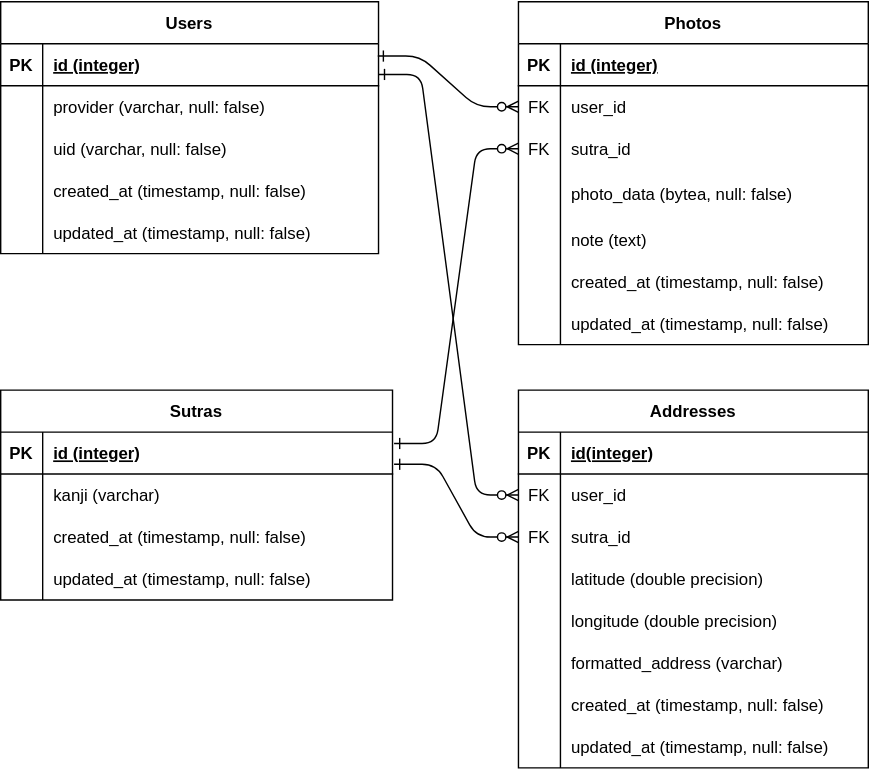
This is outdoor-heart-sutra.drawio.svg from shirotamaki/entity-relationship-diagram, a draw.io export, as it was before one commit. Source tidied: cells renumbered, new cells last; positions are measured from the earlier drawing's top-left corner, leaving out a move shared by most shapes.
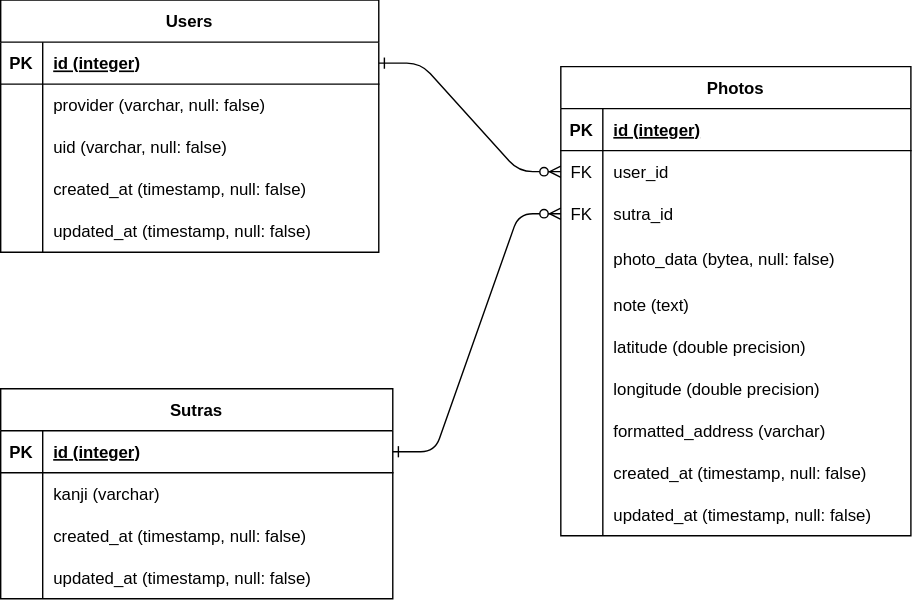
After the change.

Commit message:
outdoor-heart-sutra.drawio.svg を追加しました。

The edit, as a diff of the source:
```diff
@@ -3,7 +3,7 @@
     <mxCell id="0" />
     <mxCell id="1" parent="0" />
     <mxCell id="2" value="Photos" style="shape=table;startSize=30;rowLines=0;fontStyle=1;align=center;" parent="1" vertex="1">
-      <mxGeometry x="370" y="0.5" width="250" height="245" as="geometry" />
+      <mxGeometry x="400" y="48" width="250" height="335" as="geometry" />
     </mxCell>
     <mxCell id="3" style="shape=partialRectangle;fillColor=none;top=0;left=0;right=0;bottom=1;" parent="2" vertex="1">
       <mxGeometry y="30" width="250" height="30" as="geometry" />
@@ -56,7 +56,7 @@
     <mxCell id="19" style="shape=partialRectangle;overflow=hidden;fillColor=none;top=0;left=0;bottom=0;right=0;" parent="18" vertex="1">
       <mxGeometry width="30" height="30" as="geometry" />
     </mxCell>
-    <mxCell id="20" value="created_at (timestamp, null: false)" style="shape=partialRectangle;overflow=hidden;fillColor=none;top=0;left=0;bottom=0;right=0;align=left;spacingLeft=6;" parent="18" vertex="1">
+    <mxCell id="20" value="latitude (double precision)" style="shape=partialRectangle;overflow=hidden;fillColor=none;top=0;left=0;bottom=0;right=0;align=left;spacingLeft=6;" parent="18" vertex="1">
       <mxGeometry x="30" width="220" height="30" as="geometry" />
     </mxCell>
     <mxCell id="21" style="shape=partialRectangle;fillColor=none;top=0;left=0;right=0;bottom=0;" parent="2" vertex="1">
@@ -65,82 +65,34 @@
     <mxCell id="22" style="shape=partialRectangle;overflow=hidden;fillColor=none;top=0;left=0;bottom=0;right=0;" parent="21" vertex="1">
       <mxGeometry width="30" height="30" as="geometry" />
     </mxCell>
-    <mxCell id="23" value="updated_at (timestamp, null: false)" style="shape=partialRectangle;overflow=hidden;fillColor=none;top=0;left=0;bottom=0;right=0;align=left;spacingLeft=6;" parent="21" vertex="1">
+    <mxCell id="23" value="longitude (double precision)" style="shape=partialRectangle;overflow=hidden;fillColor=none;top=0;left=0;bottom=0;right=0;align=left;spacingLeft=6;" parent="21" vertex="1">
       <mxGeometry x="30" width="220" height="30" as="geometry" />
     </mxCell>
-    <mxCell id="24" value="Addresses" style="shape=table;startSize=30;rowLines=0;fontStyle=1;align=center;" parent="1" vertex="1">
-      <mxGeometry x="370" y="278" width="250" height="270" as="geometry" />
-    </mxCell>
-    <mxCell id="25" style="shape=partialRectangle;fillColor=none;top=0;left=0;right=0;bottom=1;" parent="24" vertex="1">
-      <mxGeometry y="30" width="250" height="30" as="geometry" />
-    </mxCell>
-    <mxCell id="26" value="PK" style="shape=partialRectangle;overflow=hidden;fillColor=none;top=0;left=0;bottom=0;right=0;fontStyle=1;" parent="25" vertex="1">
-      <mxGeometry width="30" height="30" as="geometry" />
-    </mxCell>
-    <mxCell id="27" value="id(integer) " style="shape=partialRectangle;overflow=hidden;fillColor=none;top=0;left=0;bottom=0;right=0;align=left;spacingLeft=6;fontStyle=5;" parent="25" vertex="1">
-      <mxGeometry x="30" width="220" height="30" as="geometry" />
-    </mxCell>
-    <mxCell id="28" style="shape=partialRectangle;fillColor=none;points=[[0,0.5],[1,0.5]];portConstraint=eastwest;top=0;left=0;right=0;bottom=0;" parent="24" vertex="1">
-      <mxGeometry y="60" width="250" height="30" as="geometry" />
-    </mxCell>
-    <mxCell id="29" value="FK" style="shape=partialRectangle;overflow=hidden;fillColor=none;top=0;left=0;bottom=0;right=0;" parent="28" vertex="1">
-      <mxGeometry width="30" height="30" as="geometry" />
-    </mxCell>
-    <mxCell id="30" value="user_id" style="shape=partialRectangle;overflow=hidden;fillColor=none;top=0;left=0;bottom=0;right=0;align=left;spacingLeft=6;" parent="28" vertex="1">
-      <mxGeometry x="30" width="220" height="30" as="geometry" />
-    </mxCell>
-    <mxCell id="31" style="shape=partialRectangle;fillColor=none;points=[[0,0.5],[1,0.5]];portConstraint=eastwest;top=0;left=0;right=0;bottom=0;" parent="24" vertex="1">
-      <mxGeometry y="90" width="250" height="30" as="geometry" />
-    </mxCell>
-    <mxCell id="32" value="FK" style="shape=partialRectangle;overflow=hidden;fillColor=none;top=0;left=0;bottom=0;right=0;" parent="31" vertex="1">
-      <mxGeometry width="30" height="30" as="geometry" />
-    </mxCell>
-    <mxCell id="33" value="sutra_id" style="shape=partialRectangle;overflow=hidden;fillColor=none;top=0;left=0;bottom=0;right=0;align=left;spacingLeft=6;" parent="31" vertex="1">
-      <mxGeometry x="30" width="220" height="30" as="geometry" />
-    </mxCell>
-    <mxCell id="34" style="shape=partialRectangle;fillColor=none;top=0;left=0;right=0;bottom=0;" parent="24" vertex="1">
-      <mxGeometry y="120" width="250" height="30" as="geometry" />
-    </mxCell>
-    <mxCell id="35" style="shape=partialRectangle;overflow=hidden;fillColor=none;top=0;left=0;bottom=0;right=0;" parent="34" vertex="1">
-      <mxGeometry width="30" height="30" as="geometry" />
-    </mxCell>
-    <mxCell id="36" value="latitude (double precision)" style="shape=partialRectangle;overflow=hidden;fillColor=none;top=0;left=0;bottom=0;right=0;align=left;spacingLeft=6;" parent="34" vertex="1">
-      <mxGeometry x="30" width="220" height="30" as="geometry" />
-    </mxCell>
-    <mxCell id="37" style="shape=partialRectangle;fillColor=none;top=0;left=0;right=0;bottom=0;" parent="24" vertex="1">
-      <mxGeometry y="150" width="250" height="30" as="geometry" />
-    </mxCell>
-    <mxCell id="38" style="shape=partialRectangle;overflow=hidden;fillColor=none;top=0;left=0;bottom=0;right=0;" parent="37" vertex="1">
-      <mxGeometry width="30" height="30" as="geometry" />
-    </mxCell>
-    <mxCell id="39" value="longitude (double precision)" style="shape=partialRectangle;overflow=hidden;fillColor=none;top=0;left=0;bottom=0;right=0;align=left;spacingLeft=6;" parent="37" vertex="1">
-      <mxGeometry x="30" width="220" height="30" as="geometry" />
-    </mxCell>
-    <mxCell id="40" style="shape=partialRectangle;fillColor=none;top=0;left=0;right=0;bottom=0;" parent="24" vertex="1">
-      <mxGeometry y="180" width="250" height="30" as="geometry" />
-    </mxCell>
-    <mxCell id="41" style="shape=partialRectangle;overflow=hidden;fillColor=none;top=0;left=0;bottom=0;right=0;" parent="40" vertex="1">
-      <mxGeometry width="30" height="30" as="geometry" />
-    </mxCell>
+    <mxCell id="82" style="shape=partialRectangle;fillColor=none;top=0;left=0;right=0;bottom=0;" parent="2" vertex="1">
+      <mxGeometry y="245" width="250" height="30" as="geometry" />
+    </mxCell>
+    <mxCell id="83" style="shape=partialRectangle;overflow=hidden;fillColor=none;top=0;left=0;bottom=0;right=0;" parent="82" vertex="1">
+      <mxGeometry width="30" height="30" as="geometry" />
+    </mxCell>
-    <mxCell id="42" value="formatted_address (varchar)" style="shape=partialRectangle;overflow=hidden;fillColor=none;top=0;left=0;bottom=0;right=0;align=left;spacingLeft=6;" parent="40" vertex="1">
+    <mxCell id="42" value="formatted_address (varchar)" style="shape=partialRectangle;overflow=hidden;fillColor=none;top=0;left=0;bottom=0;right=0;align=left;spacingLeft=6;" parent="82" vertex="1">
       <mxGeometry x="30" width="220" height="30" as="geometry" />
     </mxCell>
-    <mxCell id="43" style="shape=partialRectangle;fillColor=none;top=0;left=0;right=0;bottom=0;" parent="24" vertex="1">
-      <mxGeometry y="210" width="250" height="30" as="geometry" />
-    </mxCell>
-    <mxCell id="44" style="shape=partialRectangle;overflow=hidden;fillColor=none;top=0;left=0;bottom=0;right=0;" parent="43" vertex="1">
-      <mxGeometry width="30" height="30" as="geometry" />
-    </mxCell>
+    <mxCell id="84" style="shape=partialRectangle;fillColor=none;top=0;left=0;right=0;bottom=0;" parent="2" vertex="1">
+      <mxGeometry y="275" width="250" height="30" as="geometry" />
+    </mxCell>
+    <mxCell id="85" style="shape=partialRectangle;overflow=hidden;fillColor=none;top=0;left=0;bottom=0;right=0;" parent="84" vertex="1">
+      <mxGeometry width="30" height="30" as="geometry" />
+    </mxCell>
-    <mxCell id="45" value="created_at (timestamp, null: false)" style="shape=partialRectangle;overflow=hidden;fillColor=none;top=0;left=0;bottom=0;right=0;align=left;spacingLeft=6;" parent="43" vertex="1">
+    <mxCell id="45" value="created_at (timestamp, null: false)" style="shape=partialRectangle;overflow=hidden;fillColor=none;top=0;left=0;bottom=0;right=0;align=left;spacingLeft=6;" parent="84" vertex="1">
       <mxGeometry x="30" width="220" height="30" as="geometry" />
     </mxCell>
-    <mxCell id="46" style="shape=partialRectangle;fillColor=none;top=0;left=0;right=0;bottom=0;" parent="24" vertex="1">
-      <mxGeometry y="240" width="250" height="30" as="geometry" />
-    </mxCell>
-    <mxCell id="47" style="shape=partialRectangle;overflow=hidden;fillColor=none;top=0;left=0;bottom=0;right=0;" parent="46" vertex="1">
-      <mxGeometry width="30" height="30" as="geometry" />
-    </mxCell>
+    <mxCell id="86" style="shape=partialRectangle;fillColor=none;top=0;left=0;right=0;bottom=0;" parent="2" vertex="1">
+      <mxGeometry y="305" width="250" height="30" as="geometry" />
+    </mxCell>
+    <mxCell id="87" style="shape=partialRectangle;overflow=hidden;fillColor=none;top=0;left=0;bottom=0;right=0;" parent="86" vertex="1">
+      <mxGeometry width="30" height="30" as="geometry" />
+    </mxCell>
-    <mxCell id="48" value="updated_at (timestamp, null: false)" style="shape=partialRectangle;overflow=hidden;fillColor=none;top=0;left=0;bottom=0;right=0;align=left;spacingLeft=6;" parent="46" vertex="1">
+    <mxCell id="48" value="updated_at (timestamp, null: false)" style="shape=partialRectangle;overflow=hidden;fillColor=none;top=0;left=0;bottom=0;right=0;align=left;spacingLeft=6;" parent="86" vertex="1">
       <mxGeometry x="30" width="220" height="30" as="geometry" />
     </mxCell>
     <mxCell id="49" value="Users" style="shape=table;startSize=30;rowLines=0;fontStyle=1;align=center;" parent="1" vertex="1">
@@ -230,17 +182,11 @@
     <mxCell id="77" value="updated_at (timestamp, null: false)" style="shape=partialRectangle;overflow=hidden;fillColor=none;top=0;left=0;bottom=0;right=0;align=left;spacingLeft=6;" parent="75" vertex="1">
       <mxGeometry x="30" width="250" height="30" as="geometry" />
     </mxCell>
-    <mxCell id="78" style="edgeStyle=entityRelationEdgeStyle;endArrow=ERzeroToMany;startArrow=ERone;endFill=1;startFill=0;exitX=0.998;exitY=0.293;exitDx=0;exitDy=0;entryX=0;entryY=0.5;entryDx=0;entryDy=0;exitPerimeter=0;" parent="1" edge="1" source="50" target="6">
+    <mxCell id="78" style="edgeStyle=entityRelationEdgeStyle;endArrow=ERzeroToMany;startArrow=ERone;endFill=1;startFill=0;exitX=1;exitY=0.5;exitDx=0;exitDy=0;entryX=0;entryY=0.5;entryDx=0;entryDy=0;" parent="1" edge="1" source="50" target="6">
       <mxGeometry relative="1" as="geometry" />
     </mxCell>
-    <mxCell id="79" style="edgeStyle=entityRelationEdgeStyle;endArrow=ERzeroToMany;startArrow=ERone;endFill=1;startFill=0;entryX=0;entryY=0.5;entryDx=0;entryDy=0;exitX=1.001;exitY=0.731;exitDx=0;exitDy=0;exitPerimeter=0;" parent="1" edge="1" source="50" target="28">
-      <mxGeometry relative="1" as="geometry" />
-    </mxCell>
-    <mxCell id="80" style="edgeStyle=entityRelationEdgeStyle;endArrow=ERzeroToMany;startArrow=ERone;endFill=1;startFill=0;exitX=1.004;exitY=0.272;exitDx=0;exitDy=0;entryX=0;entryY=0.5;entryDx=0;entryDy=0;exitPerimeter=0;" parent="1" edge="1" source="66" target="9">
+    <mxCell id="80" style="edgeStyle=entityRelationEdgeStyle;endArrow=ERzeroToMany;startArrow=ERone;endFill=1;startFill=0;exitX=1;exitY=0.5;exitDx=0;exitDy=0;entryX=0;entryY=0.5;entryDx=0;entryDy=0;" parent="1" edge="1" source="66" target="9">
       <mxGeometry relative="1" as="geometry" />
     </mxCell>
-    <mxCell id="81" style="edgeStyle=entityRelationEdgeStyle;endArrow=ERzeroToMany;startArrow=ERone;endFill=1;startFill=0;exitX=1.004;exitY=0.767;exitDx=0;exitDy=0;exitPerimeter=0;" parent="1" edge="1" source="66" target="31">
-      <mxGeometry relative="1" as="geometry" />
-    </mxCell>
   </root>
 </mxGraphModel>
```
